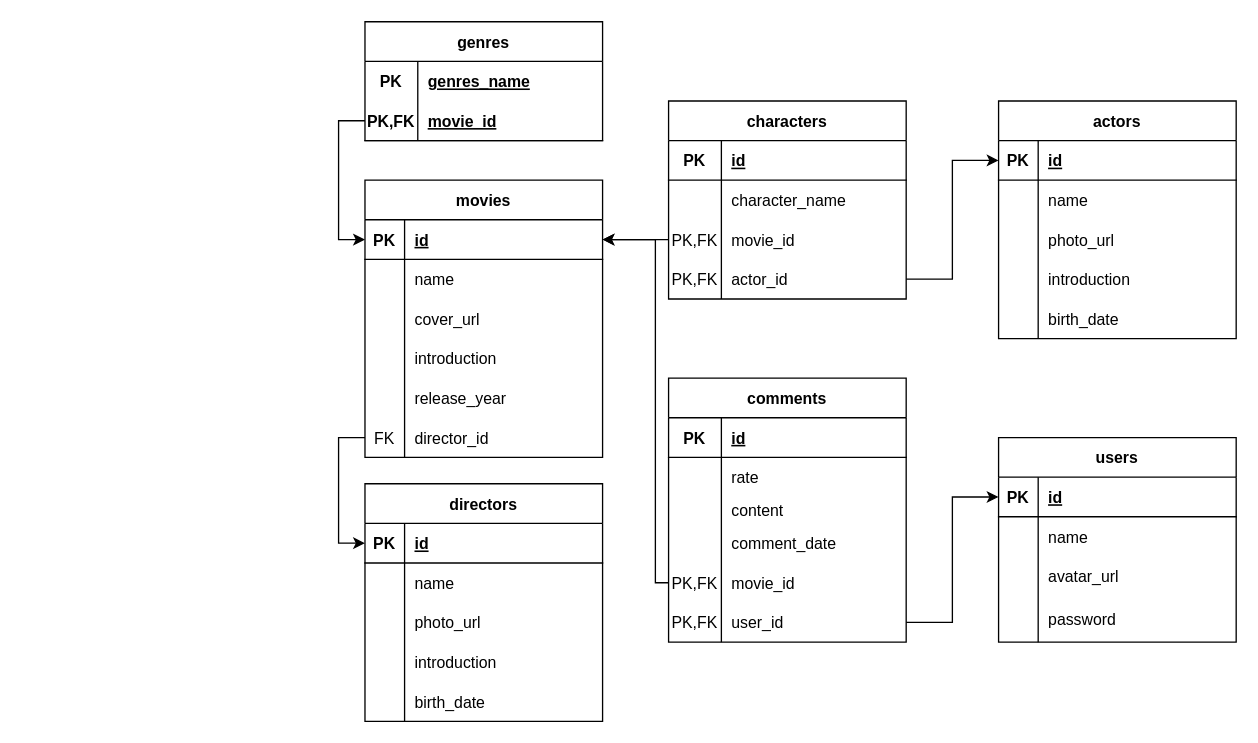
Above: graphs/schema.drawio in SE-starshippilot/rotten-potatoes-formal (draw.io), before the change. Source tidied: cells renumbered, new cells numbered last; positions are measured from the earlier drawing's top-left corner, leaving out a move shared by most shapes. Both pictures are drawn from the tidied source at 132%, with x=0, y=0 at pixel (338, 21).
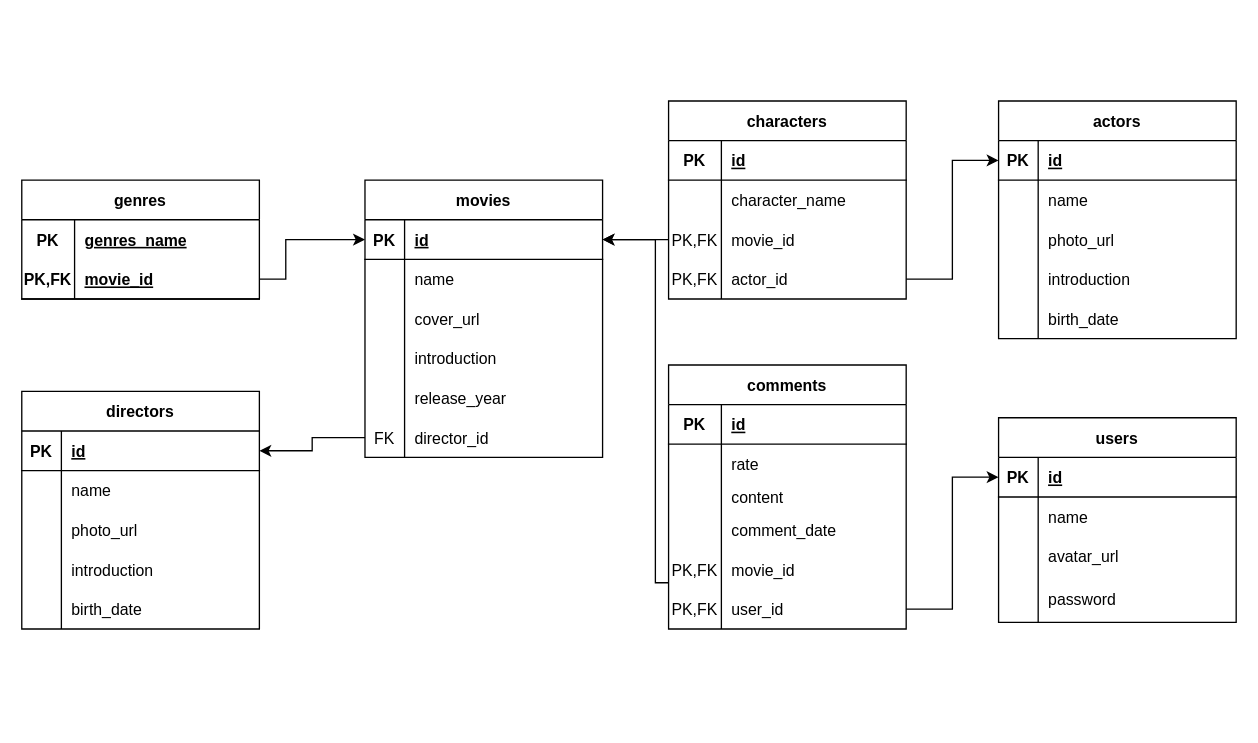
After the change.

Commit message (it also covers changes not shown here):
updated schema diagram, adjusted picture format

Unchanged cells that the change refers to:
```xml
<mxCell id="36" style="shape=partialRectangle;fillColor=none;top=0;left=0;bottom=1;right=0;points=[[0,0.5],[1,0.5]];portConstraint=eastwest;" parent="35" vertex="1">
  <mxGeometry y="30" width="180" height="30" as="geometry" />
</mxCell>
<mxCell id="51" style="shape=partialRectangle;fillColor=none;top=0;left=0;bottom=0;right=0;points=[[0,0.5],[1,0.5]];portConstraint=eastwest;" parent="35" vertex="1">
  <mxGeometry y="180" width="180" height="30" as="geometry" />
</mxCell>
<mxCell id="90" style="shape=partialRectangle;fillColor=none;top=0;left=0;bottom=1;right=0;points=[[0,0.5],[1,0.5]];portConstraint=eastwest;" parent="86" vertex="1">
  <mxGeometry y="60" width="180" height="30" as="geometry" />
</mxCell>
<mxCell id="95" style="shape=partialRectangle;fillColor=none;top=0;left=0;bottom=1;right=0;points=[[0,0.5],[1,0.5]];portConstraint=eastwest;" parent="94" vertex="1">
  <mxGeometry y="30" width="180" height="30" as="geometry" />
</mxCell>
```

Diff of the diagram source:
```diff
@@
     <mxCell id="54" value="comments" style="shape=table;startSize=30;childLayout=tableLayout;rowLines=0;fontStyle=1;align=center;" parent="1" vertex="1">
-      <mxGeometry x="250" y="270" width="180" height="200" as="geometry" />
+      <mxGeometry x="250" y="260" width="180" height="200" as="geometry" />
     </mxCell>
@@
     <mxCell id="73" value="users" style="shape=table;startSize=30;childLayout=tableLayout;rowLines=0;fontStyle=1;align=center;" parent="1" vertex="1">
-      <mxGeometry x="500" y="315" width="180" height="155" as="geometry" />
+      <mxGeometry x="500" y="300" width="180" height="155" as="geometry" />
     </mxCell>
@@
     <mxCell id="86" value="genres" style="shape=table;startSize=30;childLayout=tableLayout;rowLines=0;fontStyle=1;align=center;" parent="1" vertex="1">
-      <mxGeometry x="20" width="180" height="90" as="geometry" />
+      <mxGeometry x="-240" y="120" width="180" height="90" as="geometry" />
     </mxCell>
@@
-    <mxCell id="93" style="edgeStyle=orthogonalEdgeStyle;rounded=0;jettySize=auto;html=1;exitX=0;exitY=0.5;exitDx=0;exitDy=0;entryX=0;entryY=0.5;entryDx=0;entryDy=0;" parent="1" edge="1" source="90" target="36">
+    <mxCell id="93" style="edgeStyle=orthogonalEdgeStyle;rounded=0;jettySize=auto;html=1;exitX=1;exitY=0.5;exitDx=0;exitDy=0;entryX=0;entryY=0.5;entryDx=0;entryDy=0;" parent="1" edge="1" source="90" target="36">
       <mxGeometry relative="1" as="geometry">
         <Array as="points">
-          <mxPoint y="75" />
-          <mxPoint y="165" />
+          <mxPoint x="-40" y="195" />
+          <mxPoint x="-40" y="165" />
         </Array>
       </mxGeometry>
     </mxCell>
     <mxCell id="94" value="directors" style="shape=table;startSize=30;childLayout=tableLayout;rowLines=0;fontStyle=1;align=center;" parent="1" vertex="1">
-      <mxGeometry x="20" y="350" width="180" height="180" as="geometry" />
+      <mxGeometry x="-240" y="280" width="180" height="180" as="geometry" />
     </mxCell>
@@
-    <mxCell id="110" style="edgeStyle=orthogonalEdgeStyle;rounded=0;jettySize=auto;html=1;exitX=0;exitY=0.5;exitDx=0;exitDy=0;entryX=0;entryY=0.5;entryDx=0;entryDy=0;" parent="1" edge="1" source="51" target="95">
+    <mxCell id="110" style="edgeStyle=orthogonalEdgeStyle;rounded=0;jettySize=auto;html=1;exitX=0;exitY=0.5;exitDx=0;exitDy=0;entryX=1;entryY=0.5;entryDx=0;entryDy=0;" parent="1" edge="1" source="51" target="95">
       <mxGeometry relative="1" as="geometry" />
     </mxCell>
```
